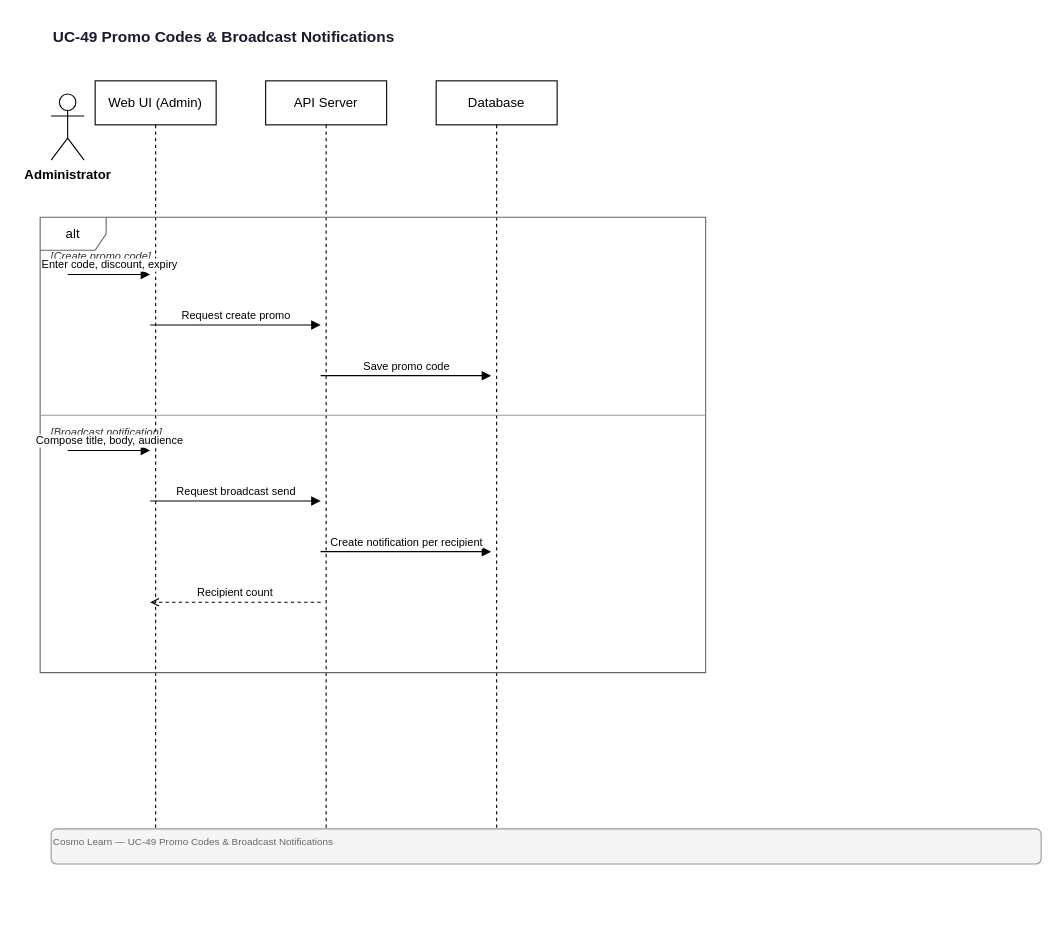
This is docs/diagrams/sequence/UC-49-Promo-Broadcast.drawio from quangg1/ASTRO_EDU, a draw.io file, before an edit. Source tidied: cells renumbered, new cells numbered last; positions are measured from the earlier drawing's top-left corner, leaving out a move shared by most shapes. Both pictures are drawn from the tidied source at 110%, with x=0, y=0 at pixel (40, 19).
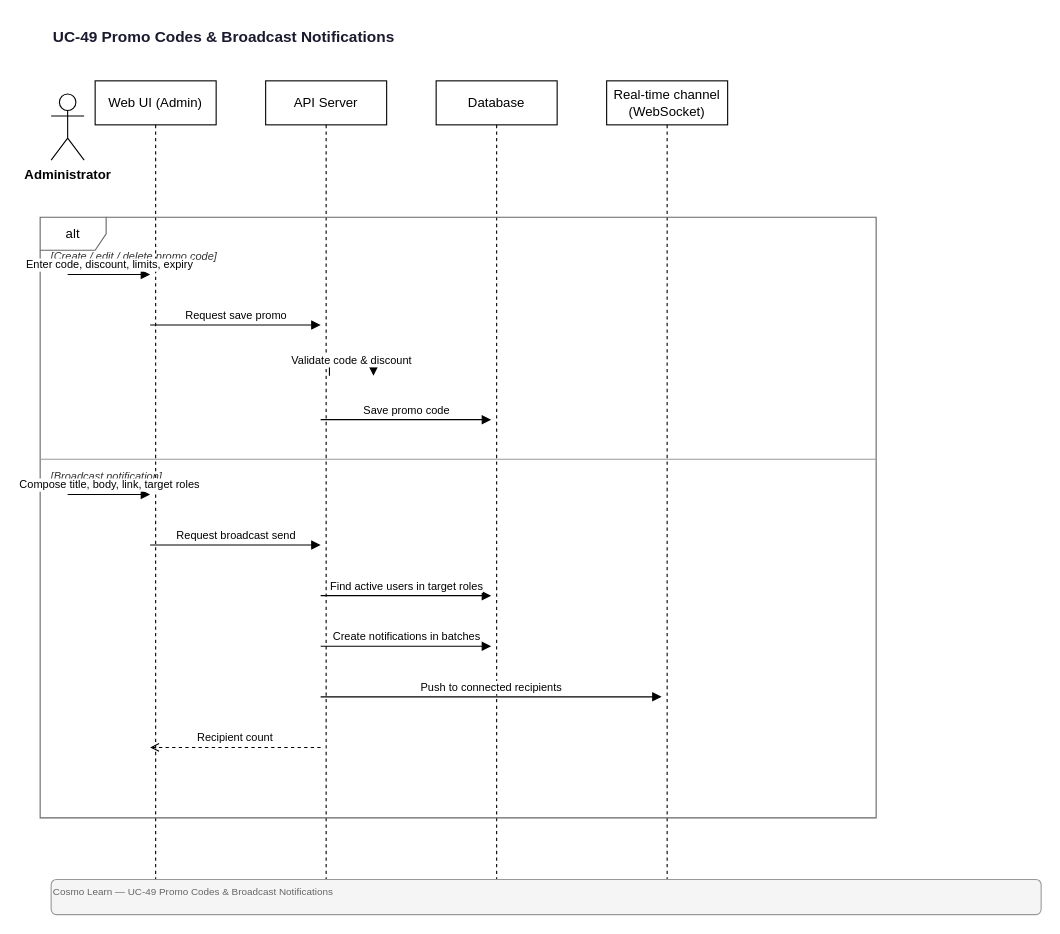
The same diagram, later.

Change to the diagram source:
```diff
@@
     <mxCell id="4" value="Web UI (Admin)" style="shape=umlLifeline;perimeter=lifelinePerimeter;whiteSpace=wrap;html=1;size=40;" parent="1" vertex="1">
-      <mxGeometry x="50" y="56" width="110" height="682" as="geometry" />
+      <mxGeometry x="50" y="56" width="110" height="728" as="geometry" />
     </mxCell>
     <mxCell id="5" value="API Server" style="shape=umlLifeline;perimeter=lifelinePerimeter;whiteSpace=wrap;html=1;size=40;" parent="1" vertex="1">
-      <mxGeometry x="205" y="56" width="110" height="682" as="geometry" />
+      <mxGeometry x="205" y="56" width="110" height="728" as="geometry" />
     </mxCell>
     <mxCell id="6" value="Database" style="shape=umlLifeline;perimeter=lifelinePerimeter;whiteSpace=wrap;html=1;size=40;" parent="1" vertex="1">
-      <mxGeometry x="360" y="56" width="110" height="682" as="geometry" />
+      <mxGeometry x="360" y="56" width="110" height="728" as="geometry" />
     </mxCell>
+    <mxCell id="19" value="Real-time channel (WebSocket)" style="shape=umlLifeline;perimeter=lifelinePerimeter;whiteSpace=wrap;html=1;size=40;" parent="1" vertex="1">
+      <mxGeometry x="515" y="56" width="110" height="728" as="geometry" />
+    </mxCell>
     <mxCell id="7" value="alt" style="shape=umlFrame;whiteSpace=wrap;html=1;fillColor=none;strokeColor=#666666;" parent="1" vertex="1">
-      <mxGeometry y="180" width="605" height="414" as="geometry" />
+      <mxGeometry y="180" width="760" height="546" as="geometry" />
     </mxCell>
-    <mxCell id="8" value="[Create promo code]" style="text;html=1;strokeColor=none;fillColor=none;align=left;verticalAlign=middle;fontSize=10;fontStyle=2;fontColor=#333333;" parent="1" vertex="1">
-      <mxGeometry x="8" y="206" width="589" height="18" as="geometry" />
+    <mxCell id="8" value="[Create / edit / delete promo code]" style="text;html=1;strokeColor=none;fillColor=none;align=left;verticalAlign=middle;fontSize=10;fontStyle=2;fontColor=#333333;" parent="1" vertex="1">
+      <mxGeometry x="8" y="206" width="744" height="18" as="geometry" />
     </mxCell>
-    <mxCell id="9" value="Enter code, discount, expiry" style="endArrow=block;endFill=1;html=1;fontSize=10;verticalAlign=bottom;" parent="1" edge="1">
+    <mxCell id="9" value="Enter code, discount, limits, expiry" style="endArrow=block;endFill=1;html=1;fontSize=10;verticalAlign=bottom;" parent="1" edge="1">
       <mxGeometry relative="1" as="geometry">
         <mxPoint x="25" y="232" as="sourcePoint" />
         <mxPoint x="100" y="232" as="targetPoint" />
       </mxGeometry>
     </mxCell>
-    <mxCell id="10" value="Request create promo" style="endArrow=block;endFill=1;html=1;fontSize=10;verticalAlign=bottom;" parent="1" edge="1">
+    <mxCell id="10" value="Request save promo" style="endArrow=block;endFill=1;html=1;fontSize=10;verticalAlign=bottom;" parent="1" edge="1">
       <mxGeometry relative="1" as="geometry">
         <mxPoint x="100" y="278" as="sourcePoint" />
         <mxPoint x="255" y="278" as="targetPoint" />
       </mxGeometry>
     </mxCell>
-    <mxCell id="11" value="Save promo code" style="endArrow=block;endFill=1;html=1;fontSize=10;verticalAlign=bottom;" parent="1" edge="1">
+    <mxCell id="11" value="Validate code &amp; discount" style="endArrow=block;endFill=1;html=1;fontSize=10;edgeStyle=orthogonalEdgeStyle;rounded=0;" parent="1" edge="1">
       <mxGeometry relative="1" as="geometry">
-        <mxPoint x="255" y="324" as="sourcePoint" />
-        <mxPoint x="410" y="324" as="targetPoint" />
+        <mxPoint x="263" y="324" as="sourcePoint" />
+        <mxPoint x="303" y="324" as="targetPoint" />
+        <Array as="points">
+          <mxPoint x="303" y="310" />
+          <mxPoint x="263" y="310" />
+        </Array>
       </mxGeometry>
     </mxCell>
-    <mxCell id="12" value="[Broadcast notification]" style="text;html=1;strokeColor=none;fillColor=none;align=left;verticalAlign=middle;fontSize=10;fontStyle=2;fontColor=#333333;" parent="1" vertex="1">
-      <mxGeometry x="8" y="366" width="589" height="18" as="geometry" />
+    <mxCell id="12" value="Save promo code" style="endArrow=block;endFill=1;html=1;fontSize=10;verticalAlign=bottom;" parent="1" edge="1">
+      <mxGeometry relative="1" as="geometry">
+        <mxPoint x="255" y="364" as="sourcePoint" />
+        <mxPoint x="410" y="364" as="targetPoint" />
+      </mxGeometry>
     </mxCell>
-    <mxCell id="13" style="endArrow=none;html=1;strokeWidth=1;strokeColor=#999999;" parent="1" edge="1">
-      <mxGeometry relative="1" as="geometry">
-        <mxPoint y="360" as="sourcePoint" />
-        <mxPoint x="605" y="360" as="targetPoint" />
-      </mxGeometry>
+    <mxCell id="13" value="[Broadcast notification]" style="text;html=1;strokeColor=none;fillColor=none;align=left;verticalAlign=middle;fontSize=10;fontStyle=2;fontColor=#333333;" parent="1" vertex="1">
+      <mxGeometry x="8" y="406" width="744" height="18" as="geometry" />
     </mxCell>
-    <mxCell id="14" value="Compose title, body, audience" style="endArrow=block;endFill=1;html=1;fontSize=10;verticalAlign=bottom;" parent="1" edge="1">
+    <mxCell id="14" style="endArrow=none;html=1;strokeWidth=1;strokeColor=#999999;" parent="1" edge="1">
       <mxGeometry relative="1" as="geometry">
-        <mxPoint x="25" y="392" as="sourcePoint" />
-        <mxPoint x="100" y="392" as="targetPoint" />
+        <mxPoint y="400" as="sourcePoint" />
+        <mxPoint x="760" y="400" as="targetPoint" />
       </mxGeometry>
     </mxCell>
-    <mxCell id="15" value="Request broadcast send" style="endArrow=block;endFill=1;html=1;fontSize=10;verticalAlign=bottom;" parent="1" edge="1">
+    <mxCell id="15" value="Compose title, body, link, target roles" style="endArrow=block;endFill=1;html=1;fontSize=10;verticalAlign=bottom;" parent="1" edge="1">
       <mxGeometry relative="1" as="geometry">
-        <mxPoint x="100" y="438" as="sourcePoint" />
-        <mxPoint x="255" y="438" as="targetPoint" />
+        <mxPoint x="25" y="432" as="sourcePoint" />
+        <mxPoint x="100" y="432" as="targetPoint" />
       </mxGeometry>
     </mxCell>
-    <mxCell id="16" value="Create notification per recipient" style="endArrow=block;endFill=1;html=1;fontSize=10;verticalAlign=bottom;" parent="1" edge="1">
+    <mxCell id="16" value="Request broadcast send" style="endArrow=block;endFill=1;html=1;fontSize=10;verticalAlign=bottom;" parent="1" edge="1">
       <mxGeometry relative="1" as="geometry">
-        <mxPoint x="255" y="484" as="sourcePoint" />
-        <mxPoint x="410" y="484" as="targetPoint" />
+        <mxPoint x="100" y="478" as="sourcePoint" />
+        <mxPoint x="255" y="478" as="targetPoint" />
       </mxGeometry>
     </mxCell>
-    <mxCell id="17" value="Recipient count" style="endArrow=open;endFill=0;html=1;dashed=1;fontSize=10;verticalAlign=bottom;" parent="1" edge="1">
+    <mxCell id="17" value="Find active users in target roles" style="endArrow=block;endFill=1;html=1;fontSize=10;verticalAlign=bottom;" parent="1" edge="1">
       <mxGeometry relative="1" as="geometry">
-        <mxPoint x="255" y="530" as="sourcePoint" />
-        <mxPoint x="100" y="530" as="targetPoint" />
+        <mxPoint x="255" y="524" as="sourcePoint" />
+        <mxPoint x="410" y="524" as="targetPoint" />
       </mxGeometry>
     </mxCell>
-    <mxCell id="18" value="Cosmo Learn — UC-49 Promo Codes &amp; Broadcast Notifications" style="text;html=1;strokeColor=#999;fillColor=#f5f5f5;align=left;verticalAlign=top;fontSize=9;fontColor=#666;rounded=1;" parent="1" vertex="1">
-      <mxGeometry x="10" y="736" width="900" height="32" as="geometry" />
+    <mxCell id="18" value="Create notifications in batches" style="endArrow=block;endFill=1;html=1;fontSize=10;verticalAlign=bottom;" parent="1" edge="1">
+      <mxGeometry relative="1" as="geometry">
+        <mxPoint x="255" y="570" as="sourcePoint" />
+        <mxPoint x="410" y="570" as="targetPoint" />
+      </mxGeometry>
     </mxCell>
+    <mxCell id="20" value="Push to connected recipients" style="endArrow=block;endFill=1;html=1;fontSize=10;verticalAlign=bottom;" parent="1" edge="1">
+      <mxGeometry relative="1" as="geometry">
+        <mxPoint x="255" y="616" as="sourcePoint" />
+        <mxPoint x="565" y="616" as="targetPoint" />
+      </mxGeometry>
+    </mxCell>
+    <mxCell id="21" value="Recipient count" style="endArrow=open;endFill=0;html=1;dashed=1;fontSize=10;verticalAlign=bottom;" parent="1" edge="1">
+      <mxGeometry relative="1" as="geometry">
+        <mxPoint x="255" y="662" as="sourcePoint" />
+        <mxPoint x="100" y="662" as="targetPoint" />
+      </mxGeometry>
+    </mxCell>
+    <mxCell id="22" value="Cosmo Learn — UC-49 Promo Codes &amp; Broadcast Notifications" style="text;html=1;strokeColor=#999;fillColor=#f5f5f5;align=left;verticalAlign=top;fontSize=9;fontColor=#666;rounded=1;" parent="1" vertex="1">
+      <mxGeometry x="10" y="782" width="900" height="32" as="geometry" />
+    </mxCell>
```
